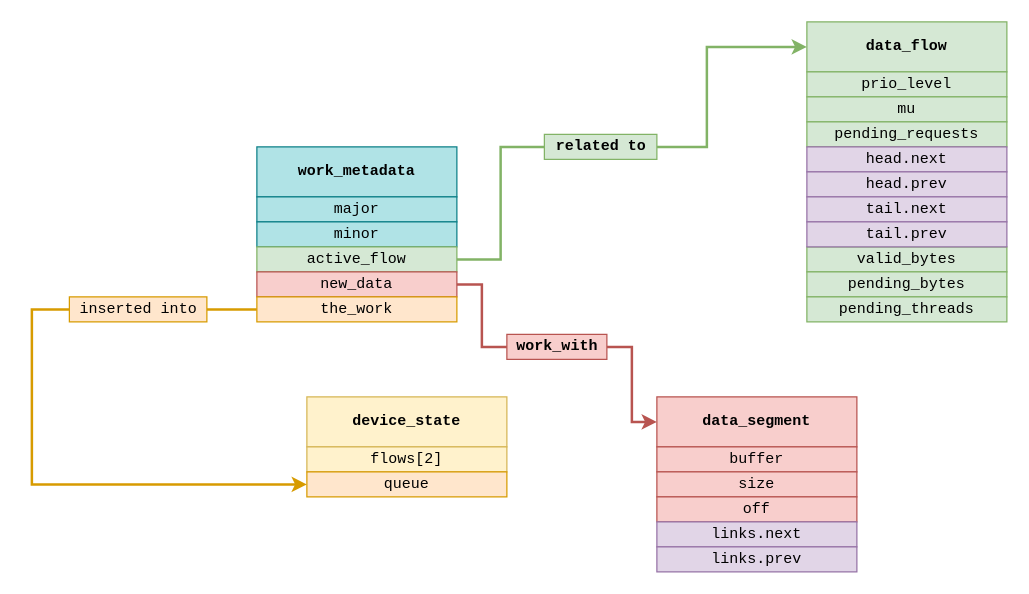
tibwere/multi-flow-device-file keeps this draw.io diagram as DOCUMENTATION/figs/raw/deferred_work.drawio. Above is the earlier version. Source tidied: cells renumbered, new cells numbered last; positions are measured from the earlier drawing's top-left corner, leaving out a move shared by most shapes. Both pictures are drawn from the tidied source at 125%, with x=0, y=0 at pixel (31, 21).
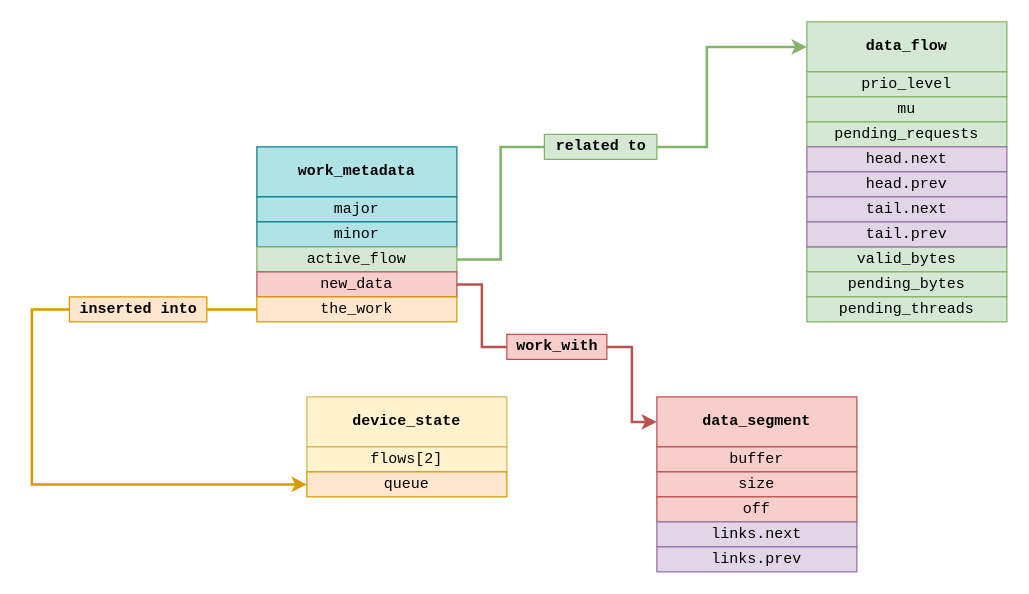
The same diagram, later.

The edit, as a diff of the source:
```diff
@@
-    <mxCell id="39" value="&lt;div&gt;inserted into&lt;/div&gt;" style="text;html=1;align=center;verticalAlign=middle;points=[];strokeColor=#d79b00;fillColor=#ffe6cc;fontFamily=Courier New;" parent="1" vertex="1">
+    <mxCell id="39" value="&lt;div&gt;inserted into&lt;/div&gt;" style="text;html=1;align=center;verticalAlign=middle;points=[];strokeColor=#d79b00;fillColor=#ffe6cc;fontFamily=Courier New;fontStyle=1;" parent="1" vertex="1">
       <mxGeometry x="30" y="220" width="110" height="20" as="geometry" />
     </mxCell>
```
